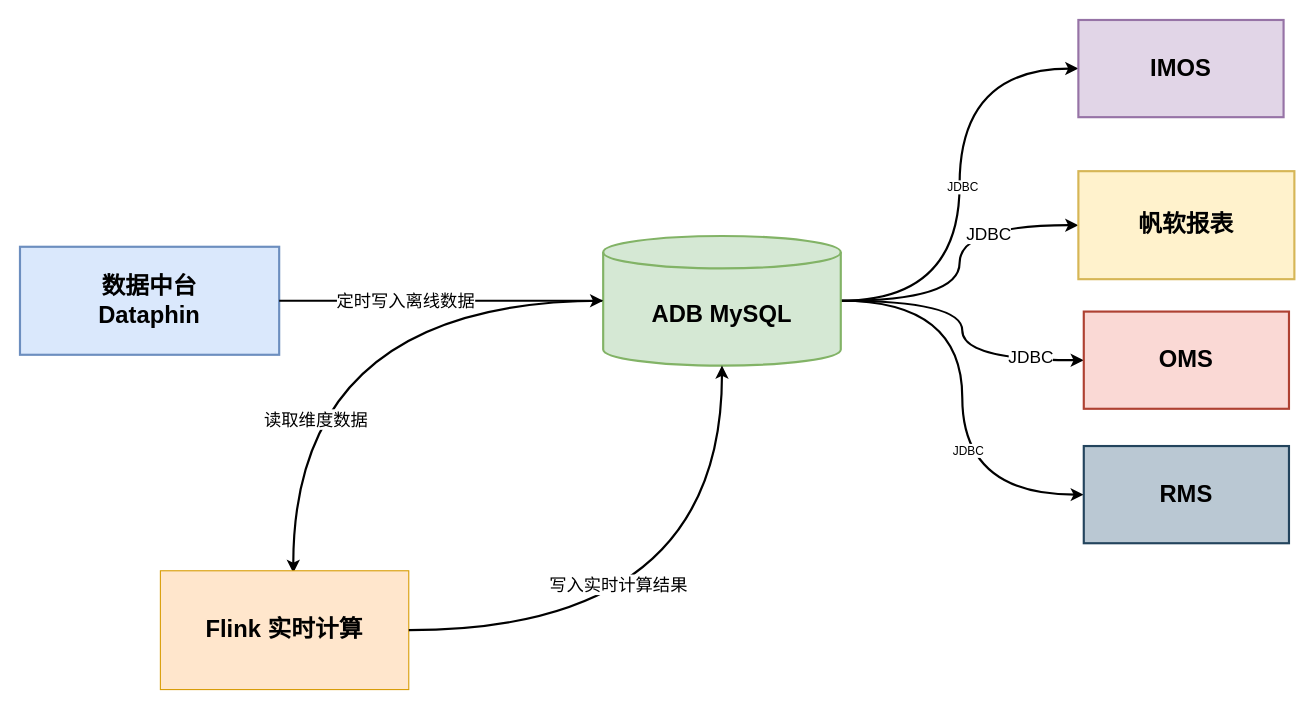
Before: 未命名绘图.drawio in starzy1990/diagrams, a draw.io diagram. Source tidied: cells renumbered, new cells numbered last; positions are measured from the earlier drawing's top-left corner, leaving out a move shared by most shapes. Both pictures are drawn from the tidied source at 108%, with x=0, y=0 at pixel (19, 19).
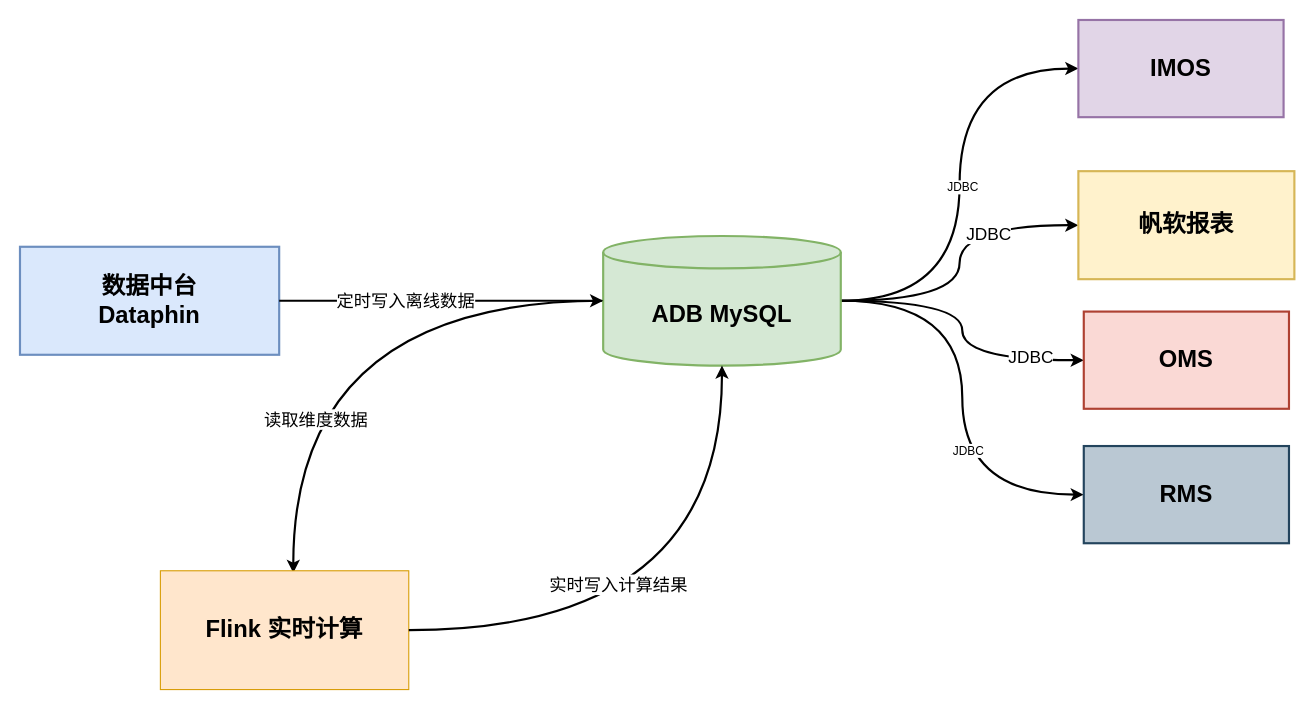
Above is the later version.

Commit message (it also covers changes not shown here):
更新未命名绘图.drawio

Unchanged cells that the change refers to:
```xml
<mxCell id="17" style="edgeStyle=orthogonalEdgeStyle;rounded=0;jettySize=auto;html=1;entryX=0.5;entryY=1;entryDx=0;entryDy=0;entryPerimeter=0;curved=1;strokeWidth=2;" parent="1" edge="1" source="14" target="12">
  <mxGeometry relative="1" as="geometry" />
</mxCell>
```

The edit, as a diff of the source:
```diff
@@
-    <mxCell id="18" value="写入实时计算结果" style="edgeLabel;html=1;align=center;verticalAlign=middle;fontSize=16;" parent="17" vertex="1">
+    <mxCell id="18" value="实时写入计算结果" style="edgeLabel;html=1;align=center;verticalAlign=middle;fontSize=16;" parent="17" vertex="1">
       <mxGeometry x="-0.28" y="43" relative="1" as="geometry" />
     </mxCell>
```
